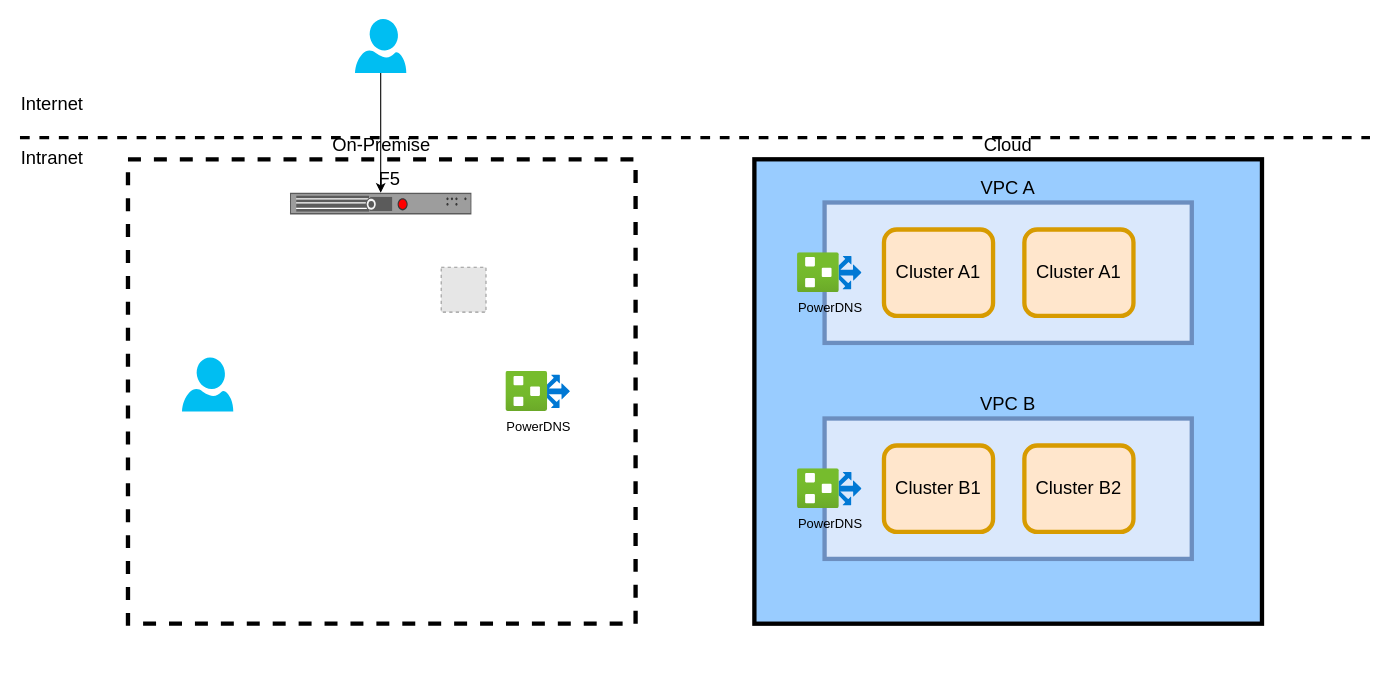
This is network.drawio from dosjia/chart, a draw.io file, before an edit. Source tidied: cells renumbered, new cells numbered last; positions are measured from the earlier drawing's top-left corner, leaving out a move shared by most shapes. Both pictures are drawn from the tidied source at 108%, with x=0, y=0 at pixel (19, 18). Pictures stored in the file or linked from it are replaced by grey dashed boxes.
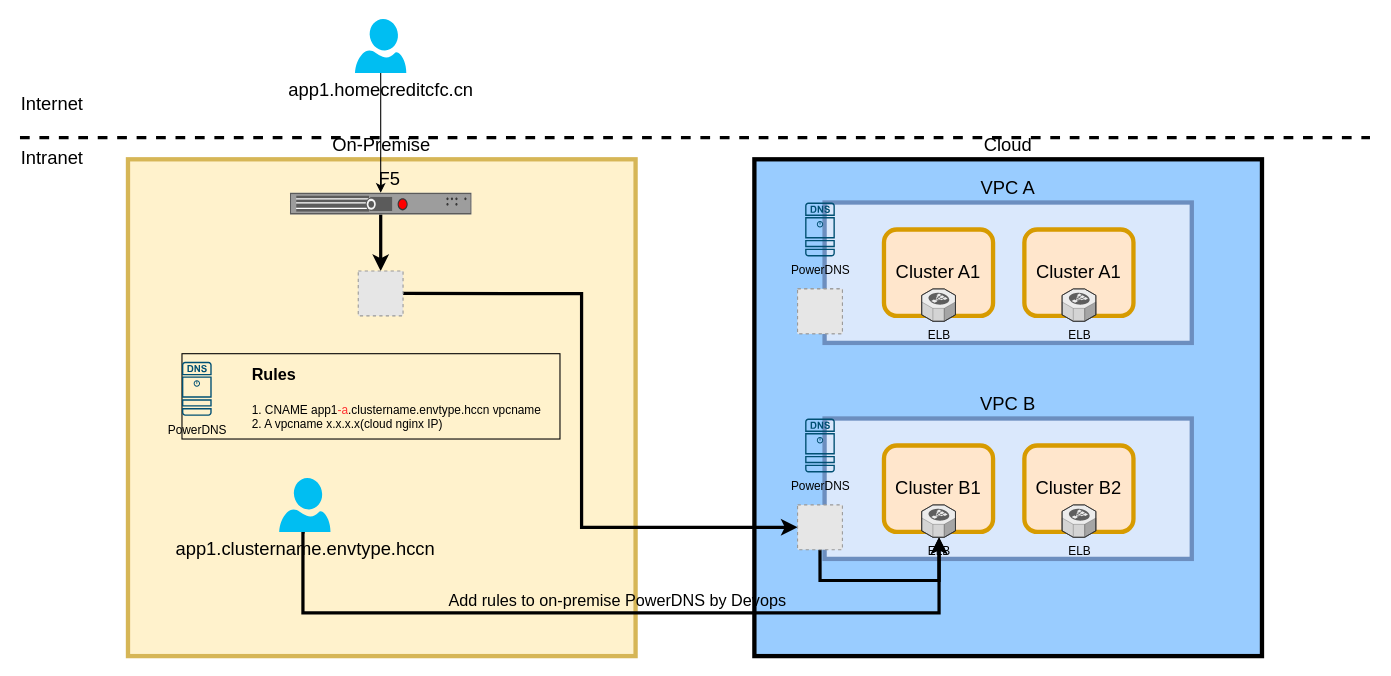
After the change.

Unchanged cells that the change refers to:
```xml
<mxCell id="17" value="F5" style="strokeColor=#666666;html=1;labelPosition=center;align=center;spacingLeft=15;shadow=0;dashed=0;outlineConnect=0;shape=mxgraph.rack.f5.arx_500;labelBackgroundColor=none;fontSize=17;verticalLabelPosition=top;verticalAlign=bottom;" parent="1" vertex="1">
  <mxGeometry x="250" y="161" width="168" height="20" as="geometry" />
</mxCell>
```

What changed in the source:
```diff
@@
-    <mxCell id="3" value="On-Premise" style="rounded=0;whiteSpace=wrap;html=1;dashed=1;strokeWidth=4;labelPosition=center;verticalLabelPosition=top;align=center;verticalAlign=bottom;fontSize=17;" parent="1" vertex="1">
-      <mxGeometry x="100" y="130" width="470" height="430" as="geometry" />
+    <mxCell id="3" value="On-Premise" style="rounded=0;whiteSpace=wrap;html=1;strokeWidth=4;labelPosition=center;verticalLabelPosition=top;align=center;verticalAlign=bottom;fontSize=17;fillColor=#fff2cc;strokeColor=#d6b656;" parent="1" vertex="1">
+      <mxGeometry x="100" y="130" width="470" height="460" as="geometry" />
     </mxCell>
     <mxCell id="4" value="Cloud" style="rounded=0;whiteSpace=wrap;html=1;strokeWidth=4;labelPosition=center;verticalLabelPosition=top;align=center;verticalAlign=bottom;fontSize=17;labelBorderColor=none;labelBackgroundColor=none;fillColor=#99CCFF;" parent="1" vertex="1">
-      <mxGeometry x="680" y="130" width="470" height="430" as="geometry" />
+      <mxGeometry x="680" y="130" width="470" height="460" as="geometry" />
     </mxCell>
@@
-    <mxCell id="8" value="PowerDNS" style="html=1;align=center;image;fontSize=12;image=img/lib/azure2/networking/Route_Filters.svg;labelBackgroundColor=none;strokeWidth=4;" parent="1" vertex="1">
-      <mxGeometry x="720" y="416.5" width="59.7" height="37" as="geometry" />
-    </mxCell>
@@
-    <mxCell id="10" value="PowerDNS" style="html=1;align=center;image;fontSize=12;image=img/lib/azure2/networking/Route_Filters.svg;labelBackgroundColor=none;strokeWidth=4;" parent="1" vertex="1">
-      <mxGeometry x="450" y="326.5" width="59.7" height="37" as="geometry" />
-    </mxCell>
@@
-    <mxCell id="13" value="PowerDNS" style="html=1;align=center;image;fontSize=12;image=img/lib/azure2/networking/Route_Filters.svg;labelBackgroundColor=none;strokeWidth=4;" parent="1" vertex="1">
-      <mxGeometry x="720" y="216.5" width="59.7" height="37" as="geometry" />
-    </mxCell>
+    <mxCell id="21" value="&lt;div style=&quot;font-size: 15px;&quot;&gt;&lt;span style=&quot;font-size: 15px;&quot;&gt;Add rules to on-premise PowerDNS by Devops&lt;/span&gt;&lt;/div&gt;" style="edgeStyle=orthogonalEdgeStyle;rounded=0;jettySize=auto;html=1;fontSize=15;strokeWidth=3;exitX=0.5;exitY=1;exitDx=0;exitDy=0;exitPerimeter=0;labelBackgroundColor=none;labelPosition=center;verticalLabelPosition=top;align=center;verticalAlign=bottom;" parent="1" edge="1" source="14" target="28">
+      <mxGeometry relative="1" as="geometry">
+        <Array as="points">
+          <mxPoint x="262" y="475" />
+          <mxPoint x="262" y="550" />
+          <mxPoint x="851" y="550" />
+        </Array>
+      </mxGeometry>
+    </mxCell>
-    <mxCell id="14" style="verticalLabelPosition=bottom;html=1;verticalAlign=top;align=center;strokeColor=none;fillColor=#00BEF2;shape=mxgraph.azure.user;labelBackgroundColor=none;fontSize=17;" parent="1" vertex="1">
-      <mxGeometry x="150" y="313.5" width="47.5" height="50" as="geometry" />
+    <mxCell id="14" value="&lt;div&gt;app1.clustername.envtype.hccn&lt;/div&gt;" style="verticalLabelPosition=bottom;html=1;verticalAlign=top;align=center;strokeColor=none;fillColor=#00BEF2;shape=mxgraph.azure.user;labelBackgroundColor=none;fontSize=17;" parent="1" vertex="1">
+      <mxGeometry x="240" y="425" width="47.5" height="50" as="geometry" />
     </mxCell>
@@
-    <mxCell id="16" style="verticalLabelPosition=bottom;html=1;verticalAlign=top;align=center;strokeColor=none;fillColor=#00BEF2;shape=mxgraph.azure.user;labelBackgroundColor=none;fontSize=17;" parent="1" vertex="1">
+    <mxCell id="16" value="app1.homecreditcfc.cn" style="verticalLabelPosition=bottom;html=1;verticalAlign=top;align=center;strokeColor=none;fillColor=#00BEF2;shape=mxgraph.azure.user;labelBackgroundColor=none;fontSize=17;" parent="1" vertex="1">
       <mxGeometry x="310.2" width="47.5" height="50" as="geometry" />
     </mxCell>
+    <mxCell id="22" style="edgeStyle=orthogonalEdgeStyle;rounded=0;jettySize=auto;html=1;fontSize=11;strokeWidth=3;entryX=0;entryY=0.5;entryDx=0;entryDy=0;exitX=1;exitY=0.5;exitDx=0;exitDy=0;" parent="1" edge="1" source="36" target="27">
+      <mxGeometry relative="1" as="geometry">
+        <Array as="points">
+          <mxPoint x="520" y="254" />
+          <mxPoint x="520" y="471" />
+        </Array>
+      </mxGeometry>
+    </mxCell>
+    <mxCell id="23" style="edgeStyle=orthogonalEdgeStyle;rounded=0;jettySize=auto;html=1;fontSize=11;strokeWidth=3;" parent="1" edge="1" source="17" target="36">
+      <mxGeometry relative="1" as="geometry" />
+    </mxCell>
@@
     <mxCell id="18" style="fillColor=#E6E6E6;strokeColor=#999999;dashed=1;html=1;verticalAlign=top;verticalLabelPosition=bottom;labelBackgroundColor=#ffffff;fontSize=17;" parent="1" vertex="1">
-      <mxGeometry x="390" y="230" width="41.5" height="41.5" as="geometry" />
+      <mxGeometry x="720" y="250" width="41.5" height="41.5" as="geometry" />
     </mxCell>
@@
+    <mxCell id="24" value="PowerDNS" style="verticalLabelPosition=bottom;html=1;verticalAlign=top;align=center;shape=mxgraph.cisco19.dns_server;fillColor=#005073;strokeColor=none;labelBackgroundColor=none;fontSize=11;" parent="1" vertex="1">
+      <mxGeometry x="727" y="170" width="27.5" height="50" as="geometry" />
+    </mxCell>
+    <mxCell id="25" value="PowerDNS" style="verticalLabelPosition=bottom;html=1;verticalAlign=top;align=center;shape=mxgraph.cisco19.dns_server;fillColor=#005073;strokeColor=none;labelBackgroundColor=none;fontSize=11;" parent="1" vertex="1">
+      <mxGeometry x="727" y="370" width="27.5" height="50" as="geometry" />
+    </mxCell>
+    <mxCell id="26" style="edgeStyle=orthogonalEdgeStyle;rounded=0;jettySize=auto;html=1;fontSize=11;strokeWidth=3;exitX=0.5;exitY=1;exitDx=0;exitDy=0;" parent="1" edge="1" source="27" target="28">
+      <mxGeometry relative="1" as="geometry">
+        <Array as="points">
+          <mxPoint x="741" y="520" />
+          <mxPoint x="851" y="520" />
+        </Array>
+      </mxGeometry>
+    </mxCell>
+    <mxCell id="27" style="fillColor=#E6E6E6;strokeColor=#999999;dashed=1;html=1;verticalAlign=top;verticalLabelPosition=bottom;labelBackgroundColor=#ffffff;fontSize=17;" parent="1" vertex="1">
+      <mxGeometry x="720" y="450" width="41.5" height="41.5" as="geometry" />
+    </mxCell>
+    <mxCell id="28" value="&lt;div&gt;ELB&lt;/div&gt;&lt;div&gt;&lt;br&gt;&lt;/div&gt;" style="verticalLabelPosition=bottom;html=1;verticalAlign=top;strokeWidth=1;align=center;outlineConnect=0;dashed=0;outlineConnect=0;shape=mxgraph.aws3d.elasticLoadBalancing;fillColor=#ECECEC;strokeColor=#5E5E5E;labelBackgroundColor=none;fontSize=11;" parent="1" vertex="1">
+      <mxGeometry x="834.9" y="450" width="31.3" height="30" as="geometry" />
+    </mxCell>
+    <mxCell id="29" value="ELB" style="verticalLabelPosition=bottom;html=1;verticalAlign=top;strokeWidth=1;align=center;dashed=0;shape=mxgraph.aws3d.elasticLoadBalancing;fillColor=#ECECEC;strokeColor=#5E5E5E;labelBackgroundColor=none;fontSize=11;" parent="1" vertex="1">
+      <mxGeometry x="964.9" y="450" width="31.3" height="30" as="geometry" />
+    </mxCell>
+    <mxCell id="30" style="group;labelBorderColor=#000000;rounded=0;strokeColor=#000000;" parent="1" vertex="1">
+      <mxGeometry x="150" y="310" width="350" height="79" as="geometry" />
+    </mxCell>
+    <mxCell id="31" value="&lt;h1&gt;&lt;font style=&quot;font-size: 15px&quot;&gt;Rules&lt;/font&gt;&lt;/h1&gt;&lt;div&gt;1. CNAME app1&lt;font color=&quot;#FF3333&quot;&gt;-a&lt;/font&gt;.clustername.envtype.hccn vpcname&lt;/div&gt;&lt;div&gt;2. A vpcname x.x.x.x(cloud nginx IP)&lt;br&gt;&lt;/div&gt;" style="text;html=1;spacing=5;spacingTop=-20;overflow=hidden;rounded=0;labelBackgroundColor=none;fontSize=11;labelBorderColor=none;whiteSpace=wrap;" parent="30" vertex="1">
+      <mxGeometry x="60" width="290" height="79" as="geometry" />
+    </mxCell>
+    <mxCell id="32" value="PowerDNS" style="verticalLabelPosition=bottom;html=1;verticalAlign=top;align=center;shape=mxgraph.cisco19.dns_server;fillColor=#005073;strokeColor=none;labelBackgroundColor=none;fontSize=11;" parent="30" vertex="1">
+      <mxGeometry y="7.5" width="27.5" height="50" as="geometry" />
+    </mxCell>
+    <mxCell id="33" value="ELB" style="verticalLabelPosition=bottom;html=1;verticalAlign=top;strokeWidth=1;align=center;dashed=0;shape=mxgraph.aws3d.elasticLoadBalancing;fillColor=#ECECEC;strokeColor=#5E5E5E;labelBackgroundColor=none;fontSize=11;" parent="1" vertex="1">
+      <mxGeometry x="964.9" y="250" width="31.3" height="30" as="geometry" />
+    </mxCell>
+    <mxCell id="34" value="ELB" style="verticalLabelPosition=bottom;html=1;verticalAlign=top;strokeWidth=1;align=center;dashed=0;shape=mxgraph.aws3d.elasticLoadBalancing;fillColor=#ECECEC;strokeColor=#5E5E5E;labelBackgroundColor=none;fontSize=11;" parent="1" vertex="1">
+      <mxGeometry x="834.9" y="250" width="31.3" height="30" as="geometry" />
+    </mxCell>
+    <mxCell id="35" style="fillColor=#E6E6E6;strokeColor=#999999;dashed=1;html=1;verticalAlign=top;verticalLabelPosition=bottom;labelBackgroundColor=#ffffff;fontSize=17;" parent="1" vertex="1">
+      <mxGeometry x="720" y="250" width="41.5" height="41.5" as="geometry" />
+    </mxCell>
+    <mxCell id="36" style="fillColor=#E6E6E6;strokeColor=#999999;dashed=1;html=1;verticalAlign=top;verticalLabelPosition=bottom;labelBackgroundColor=#ffffff;fontSize=17;" parent="1" vertex="1">
+      <mxGeometry x="313.2" y="233.5" width="41.5" height="41.5" as="geometry" />
+    </mxCell>
```
